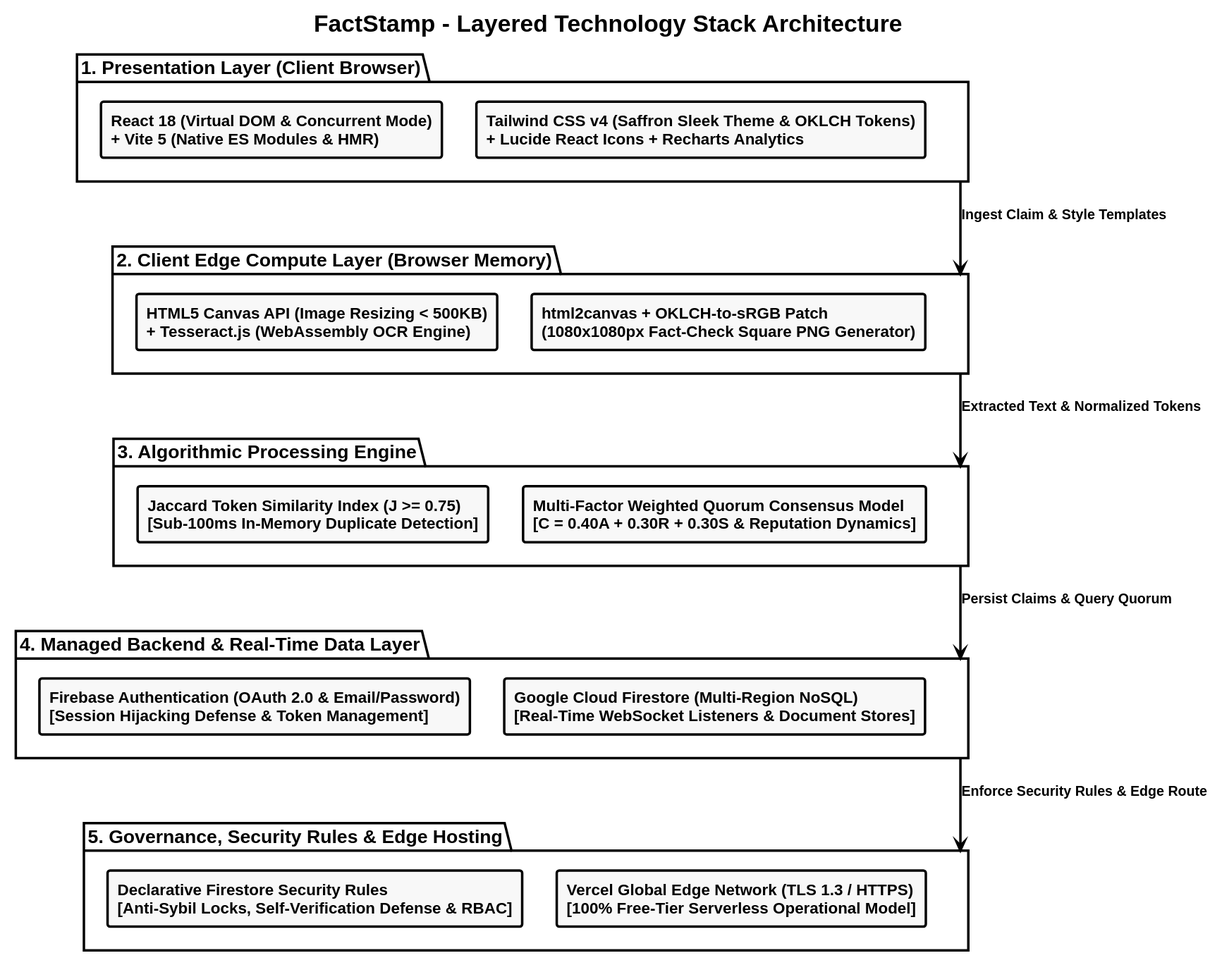
Earlier version of the PlantUML export FactStamp/CHAPTER 2: SURVEY OF TECHNOLOGIES/attachments/tech_stack_architecture.svg (aadish0day/typst). The source it was exported from:
```plantuml
@startuml
skinparam style strictuml
skinparam monochrome true
skinparam defaultFontName "Liberation Sans"
skinparam defaultFontSize 18
skinparam defaultFontStyle bold
skinparam titleFontSize 24
skinparam titleFontStyle bold

skinparam backgroundColor white
skinparam ArrowColor black
skinparam ArrowThickness 2.5
skinparam ArrowFontSize 14
skinparam ArrowFontStyle bold

skinparam RectangleBorderColor black
skinparam RectangleBorderThickness 2.5
skinparam RectangleBackgroundColor #F8F9FA
skinparam RectangleFontSize 16
skinparam RectangleFontStyle bold

skinparam PackageBorderColor black
skinparam PackageBorderThickness 2.5
skinparam PackageBackgroundColor transparent
skinparam PackageFontSize 19
skinparam PackageFontStyle bold

title FactStamp - Layered Technology Stack Architecture

package "1. Presentation Layer (Client Browser)" as P1 {
  rectangle "React 18 (Virtual DOM & Concurrent Mode)\n+ Vite 5 (Native ES Modules & HMR)" as UI_Core
  rectangle "Tailwind CSS v4 (Saffron Sleek Theme & OKLCH Tokens)\n+ Lucide React Icons + Recharts Analytics" as UI_Style
  UI_Core -[hidden]right-> UI_Style
}

package "2. Client Edge Compute Layer (Browser Memory)" as P2 {
  rectangle "HTML5 Canvas API (Image Resizing < 500KB)\n+ Tesseract.js (WebAssembly OCR Engine)" as Client_OCR
  rectangle "html2canvas + OKLCH-to-sRGB Patch\n(1080x1080px Fact-Check Square PNG Generator)" as Client_Export
  Client_OCR -[hidden]right-> Client_Export
}

package "3. Algorithmic Processing Engine" as P3 {
  rectangle "Jaccard Token Similarity Index (J >= 0.75)\n[Sub-100ms In-Memory Duplicate Detection]" as Algo_Dedup
  rectangle "Multi-Factor Weighted Quorum Consensus Model\n[C = 0.40A + 0.30R + 0.30S & Reputation Dynamics]" as Algo_Consensus
  Algo_Dedup -[hidden]right-> Algo_Consensus
}

package "4. Managed Backend & Real-Time Data Layer" as P4 {
  rectangle "Firebase Authentication (OAuth 2.0 & Email/Password)\n[Session Hijacking Defense & Token Management]" as Cloud_Auth
  rectangle "Google Cloud Firestore (Multi-Region NoSQL)\n[Real-Time WebSocket Listeners & Document Stores]" as Cloud_DB
  Cloud_Auth -[hidden]right-> Cloud_DB
}

package "5. Governance, Security Rules & Edge Hosting" as P5 {
  rectangle "Declarative Firestore Security Rules\n[Anti-Sybil Locks, Self-Verification Defense & RBAC]" as Gov_Security
  rectangle "Vercel Global Edge Network (TLS 1.3 / HTTPS)\n[100% Free-Tier Serverless Operational Model]" as Edge_Deploy
  Gov_Security -[hidden]right-> Edge_Deploy
}

P1 -down-> P2 : Ingest Claim & Style Templates
P2 -down-> P3 : Extracted Text & Normalized Tokens
P3 -down-> P4 : Persist Claims & Query Quorum
P4 -down-> P5 : Enforce Security Rules & Edge Route
@enduml
```
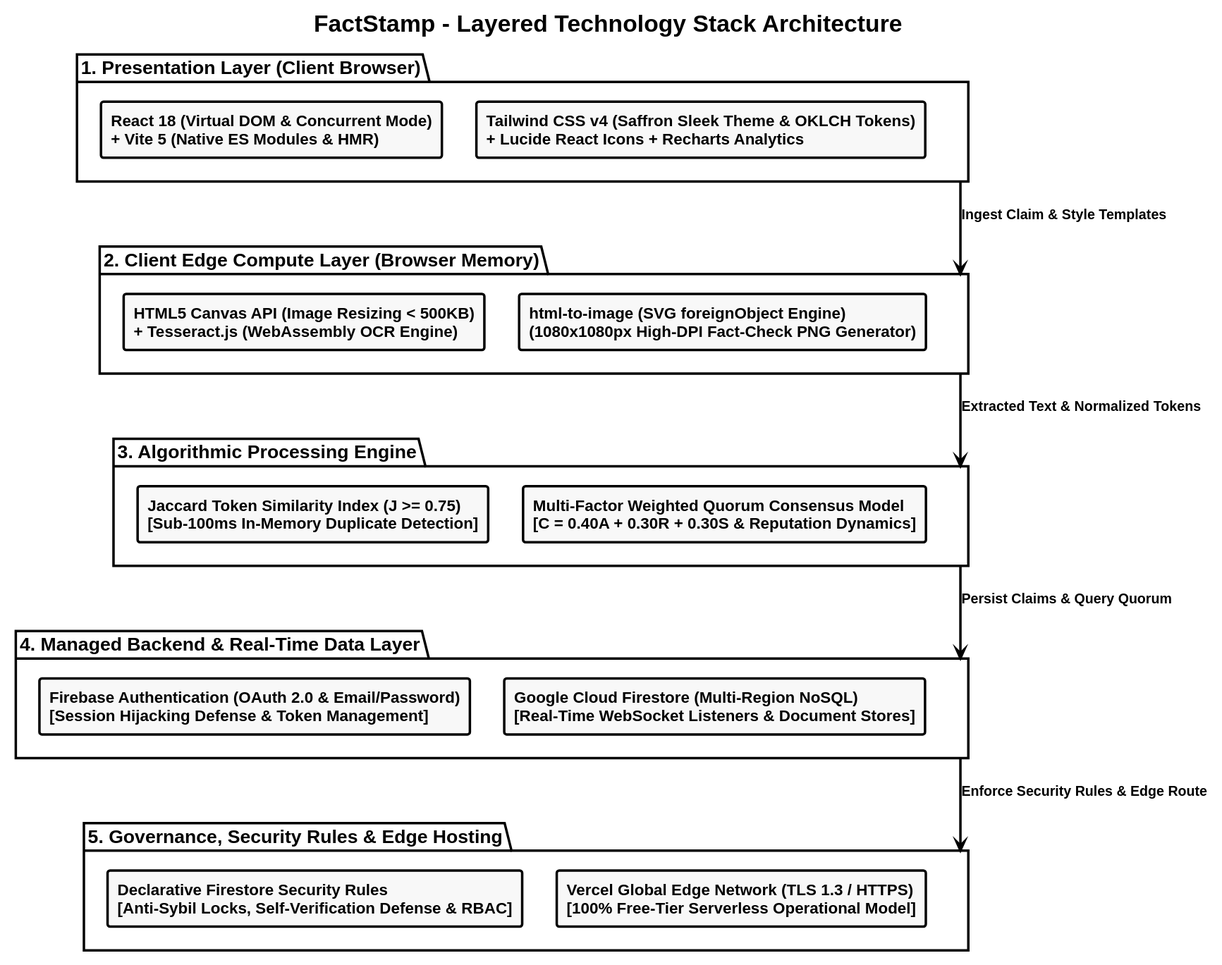
Later version of the same file.

What changed in the source:
```diff
@@ -35,7 +35,7 @@
 
 package "2. Client Edge Compute Layer (Browser Memory)" as P2 {
   rectangle "HTML5 Canvas API (Image Resizing < 500KB)\n+ Tesseract.js (WebAssembly OCR Engine)" as Client_OCR
-  rectangle "html2canvas + OKLCH-to-sRGB Patch\n(1080x1080px Fact-Check Square PNG Generator)" as Client_Export
+  rectangle "html-to-image (SVG foreignObject Engine)\n(1080x1080px High-DPI Fact-Check PNG Generator)" as Client_Export
   Client_OCR -[hidden]right-> Client_Export
 }
 
```
